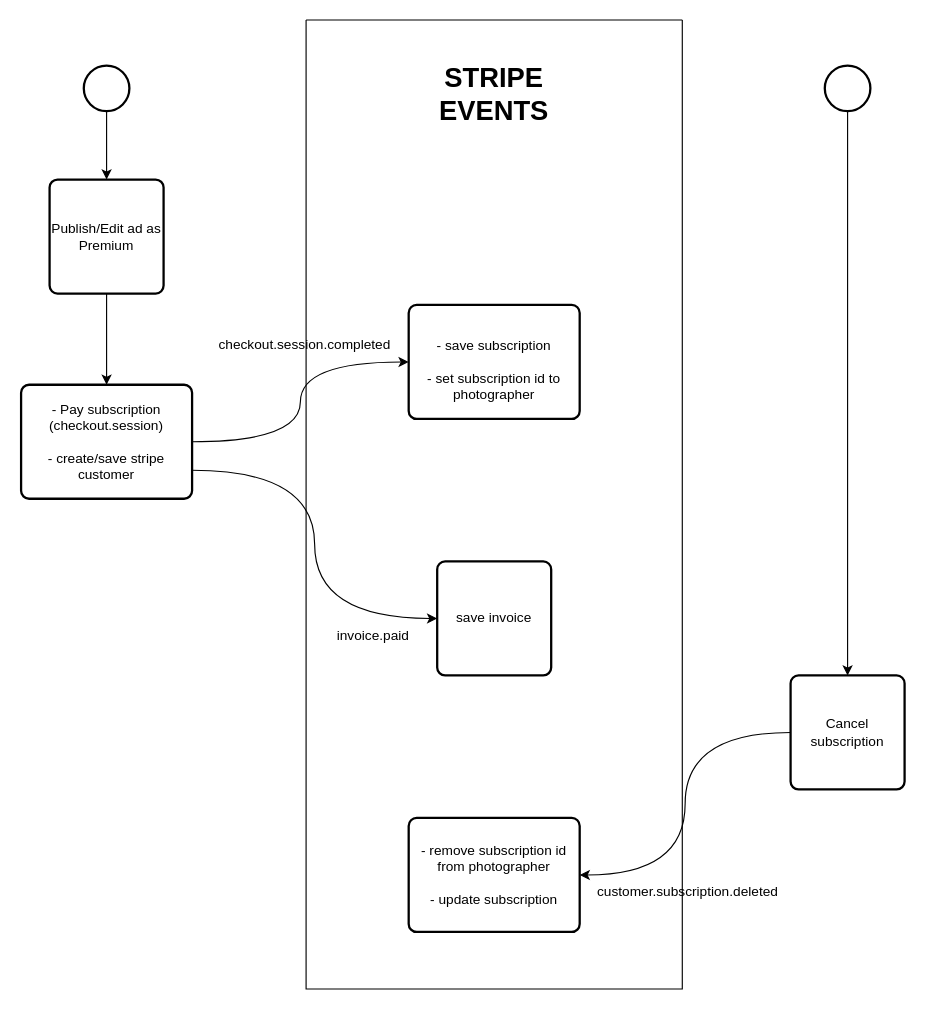
This is PremiumProcess.drawio from tonikny/drawio, a draw.io file, before an edit. Source tidied: cells renumbered, new cells numbered last; positions are measured from the earlier drawing's top-left corner, leaving out a move shared by most shapes. Both pictures are drawn from the tidied source at 114%, with x=0, y=0 at pixel (21, 19).
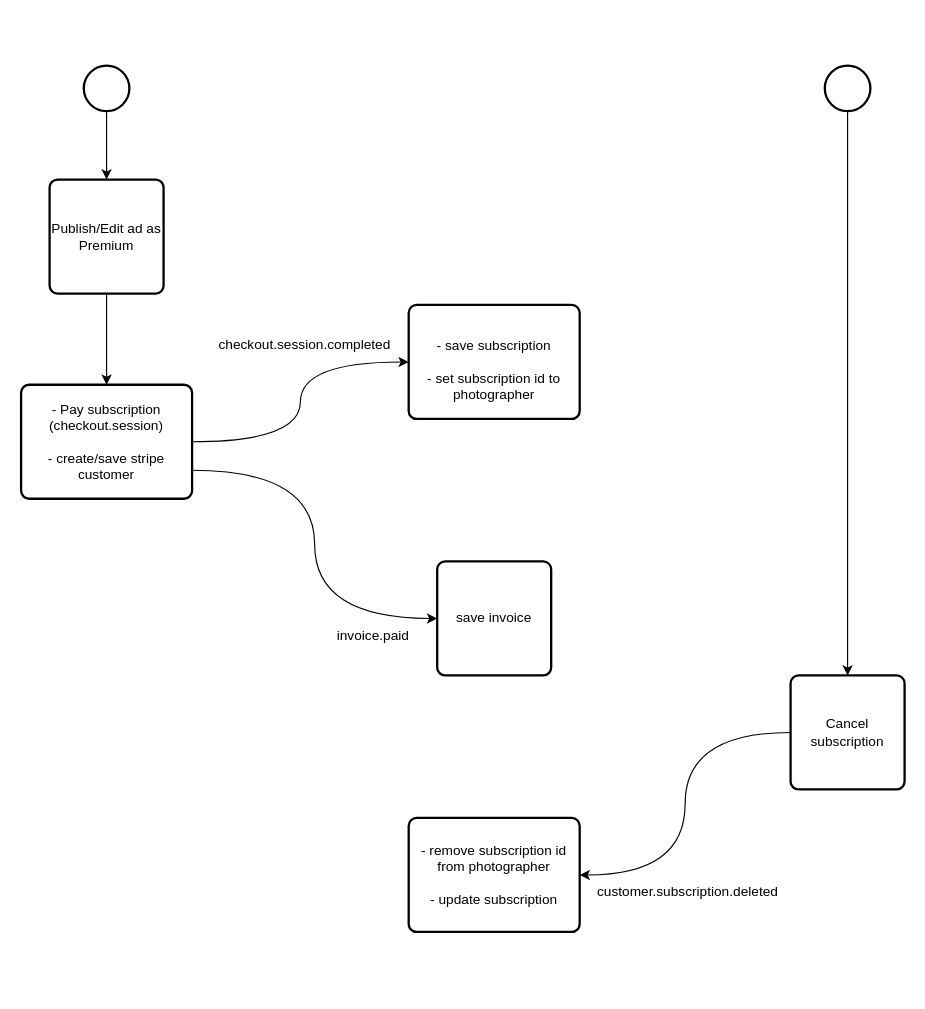
The same diagram, later.

What changed in the source:
```diff
@@
-<mxGraphModel>
+<mxGraphModel background="#ffffff">
@@
-    <mxCell id="19" style="swimlane;startSize=0;labelBackgroundColor=none;" parent="1" vertex="1">
-      <mxGeometry x="250" width="330" height="850" as="geometry" />
-    </mxCell>
-    <mxCell id="20" value="&lt;h1&gt;&lt;font color=&quot;#000000&quot;&gt;STRIPE EVENTS&lt;/font&gt;&lt;/h1&gt;" style="text;html=1;align=center;verticalAlign=middle;whiteSpace=wrap;rounded=0;labelBackgroundColor=none;" parent="19" vertex="1">
-      <mxGeometry x="135" y="50" width="60" height="30" as="geometry" />
-    </mxCell>
```
